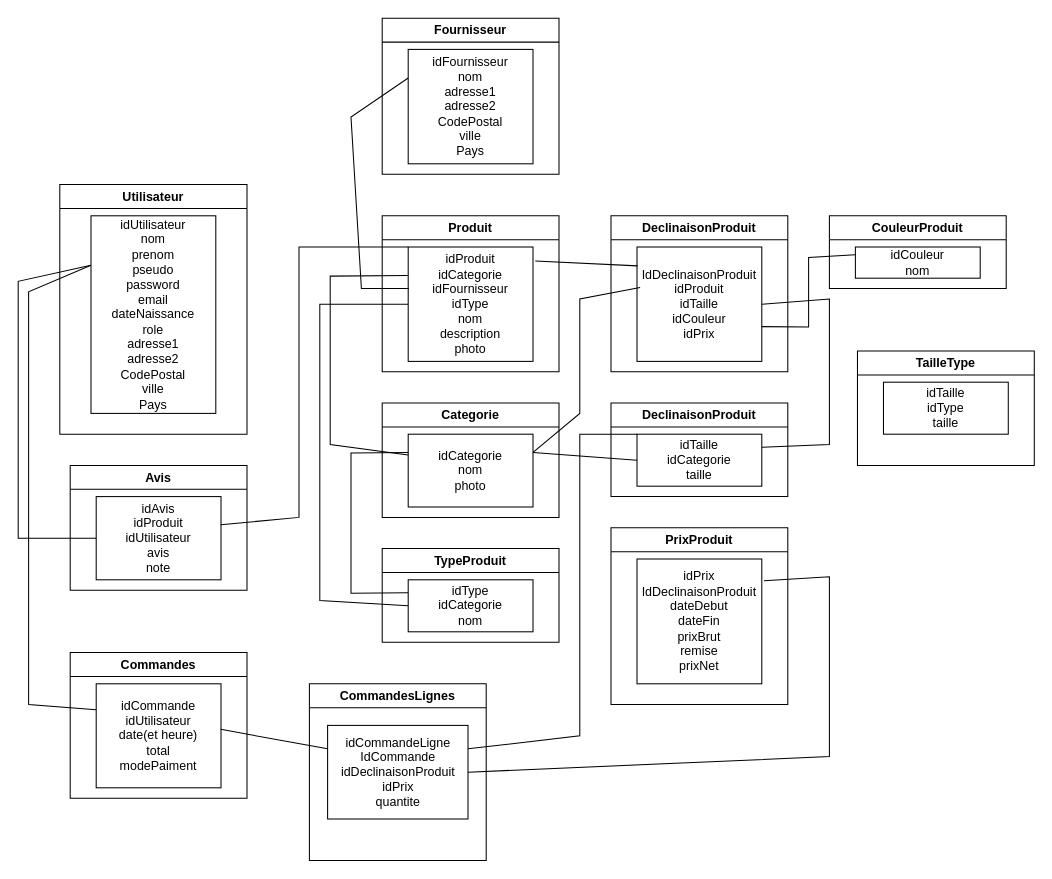
Before: Diagramme sans nom.drawio in Lucashblt/Projet_WEB, a draw.io diagram. Source tidied: cells renumbered, new cells numbered last; positions are measured from the earlier drawing's top-left corner, leaving out a move shared by most shapes. Both pictures are drawn from the tidied source at 104%, with x=0, y=0 at pixel (18, 18).
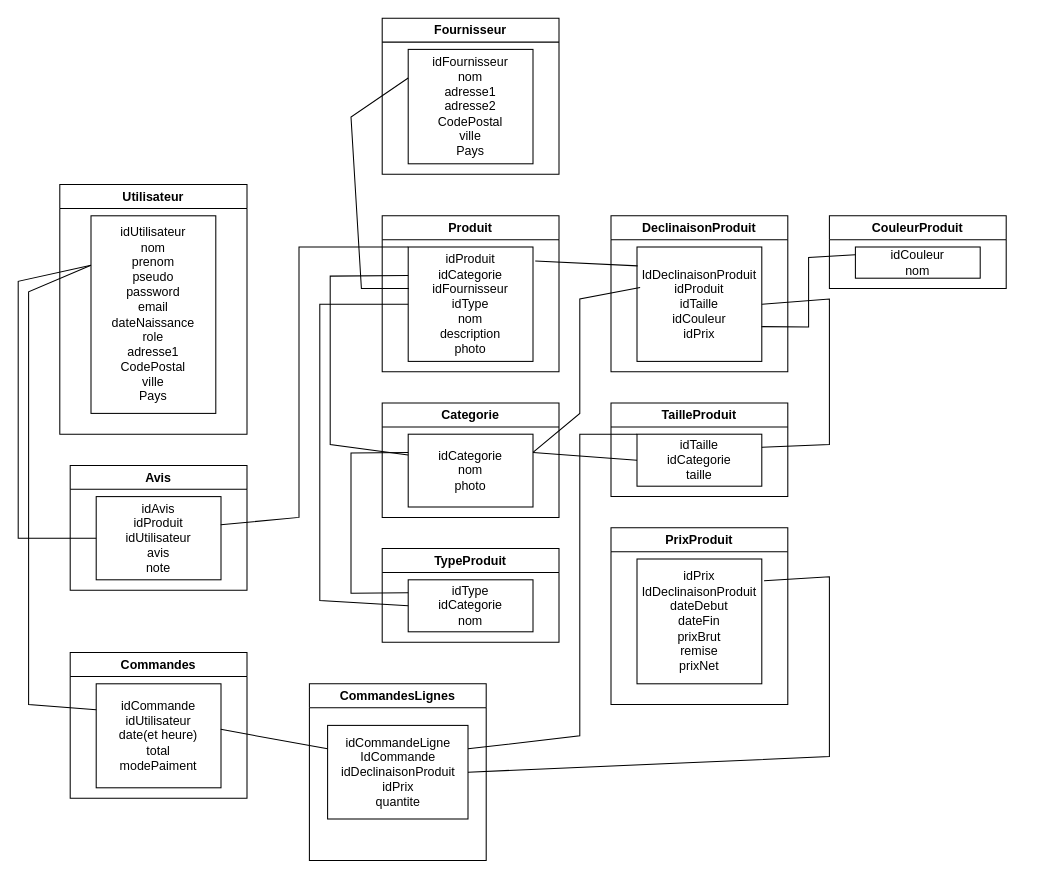
The same diagram, later.

Commit message:
Mettre à jour Diagramme sans nom.drawio

Unchanged cells that the change refers to:
```xml
<mxCell id="2" value="Utilisateur" style="swimlane;whiteSpace=wrap;html=1;" parent="1" vertex="1">
  <mxGeometry x="40" y="160" width="180" height="240" as="geometry" />
</mxCell>
```

Diff of the diagram source:
```diff
@@
-    <mxCell id="3" value="idUtilisateur&lt;br&gt;nom&lt;br&gt;prenom&lt;br&gt;pseudo&lt;br&gt;password&lt;br&gt;email&lt;br&gt;dateNaissance&lt;br&gt;role&lt;br&gt;adresse1&lt;br style=&quot;border-color: var(--border-color);&quot;&gt;adresse2&lt;br style=&quot;border-color: var(--border-color);&quot;&gt;CodePostal&lt;br style=&quot;border-color: var(--border-color);&quot;&gt;ville&lt;br style=&quot;border-color: var(--border-color);&quot;&gt;Pays" style="whiteSpace=wrap;html=1;" parent="2" vertex="1">
+    <mxCell id="3" value="idUtilisateur&lt;br&gt;nom&lt;br&gt;prenom&lt;br&gt;pseudo&lt;br&gt;password&lt;br&gt;email&lt;br&gt;dateNaissance&lt;br&gt;role&lt;br&gt;adresse1&lt;br style=&quot;border-color: var(--border-color);&quot;&gt;CodePostal&lt;br style=&quot;border-color: var(--border-color);&quot;&gt;ville&lt;br style=&quot;border-color: var(--border-color);&quot;&gt;Pays" style="whiteSpace=wrap;html=1;" parent="2" vertex="1">
       <mxGeometry x="30" y="30" width="120" height="190" as="geometry" />
     </mxCell>
@@
-    <mxCell id="14" value="DeclinaisonProduit" style="swimlane;whiteSpace=wrap;html=1;" parent="1" vertex="1">
+    <mxCell id="14" value="TailleProduit" style="swimlane;whiteSpace=wrap;html=1;" parent="1" vertex="1">
       <mxGeometry x="570" y="370" width="170" height="90" as="geometry" />
     </mxCell>
@@
-    <mxCell id="41" value="TailleType" style="swimlane;whiteSpace=wrap;html=1;startSize=23;" parent="1" vertex="1">
-      <mxGeometry x="807" y="320" width="170" height="110" as="geometry" />
-    </mxCell>
-    <mxCell id="42" value="idTaille&lt;br&gt;idType&lt;br&gt;taille" style="whiteSpace=wrap;html=1;" parent="41" vertex="1">
-      <mxGeometry x="25" y="30" width="120" height="50" as="geometry" />
-    </mxCell>
```
